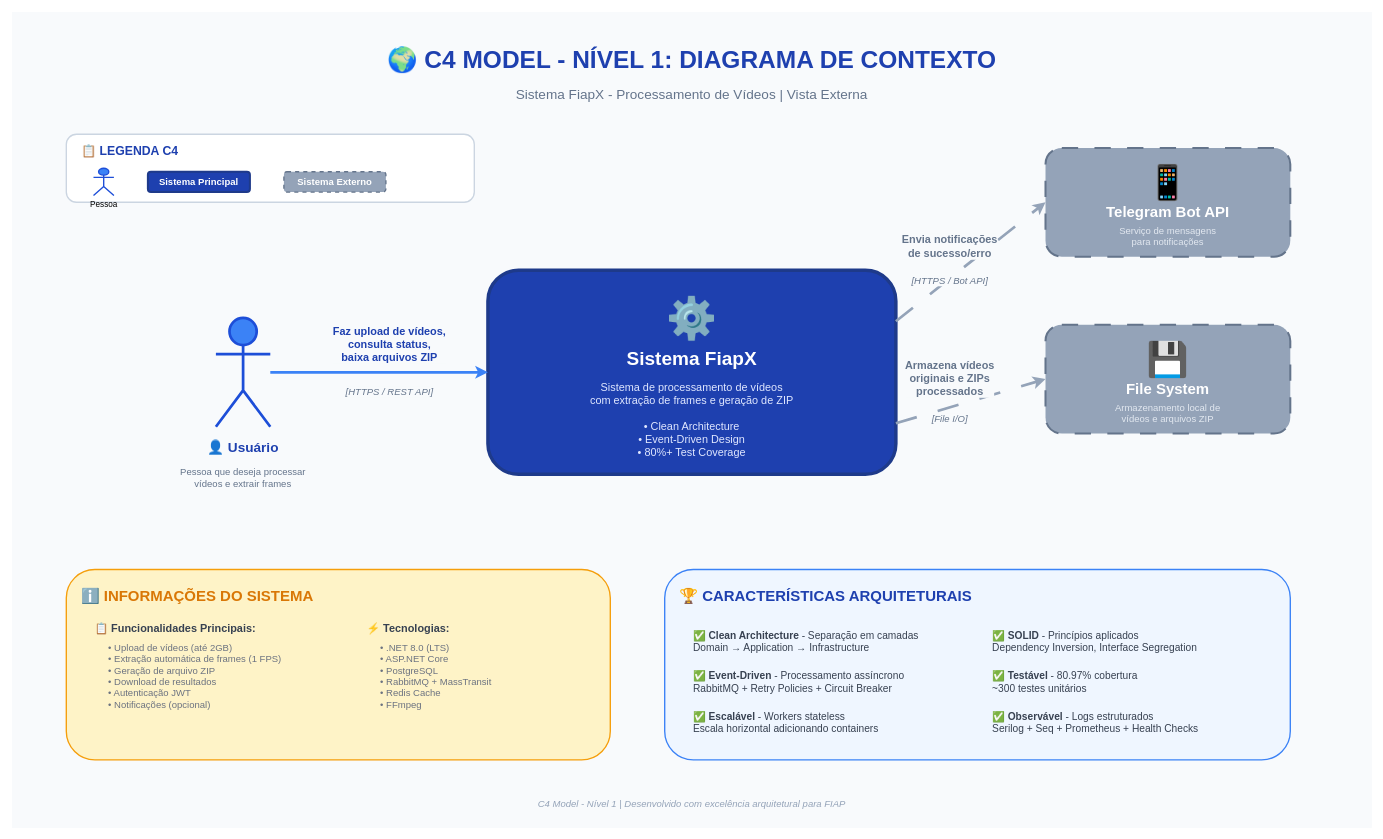
Above: docs/diagrams/02-c4-nivel1-contexto.drawio in PosTechFiap-Entregas/TechChallenge-fase-5-FIAP (draw.io), before the change. Source tidied: cells renumbered, new cells numbered last; positions are measured from the earlier drawing's top-left corner, leaving out a move shared by most shapes. Both pictures are drawn from the tidied source at 68%, with x=0, y=0 at pixel (12, 12).
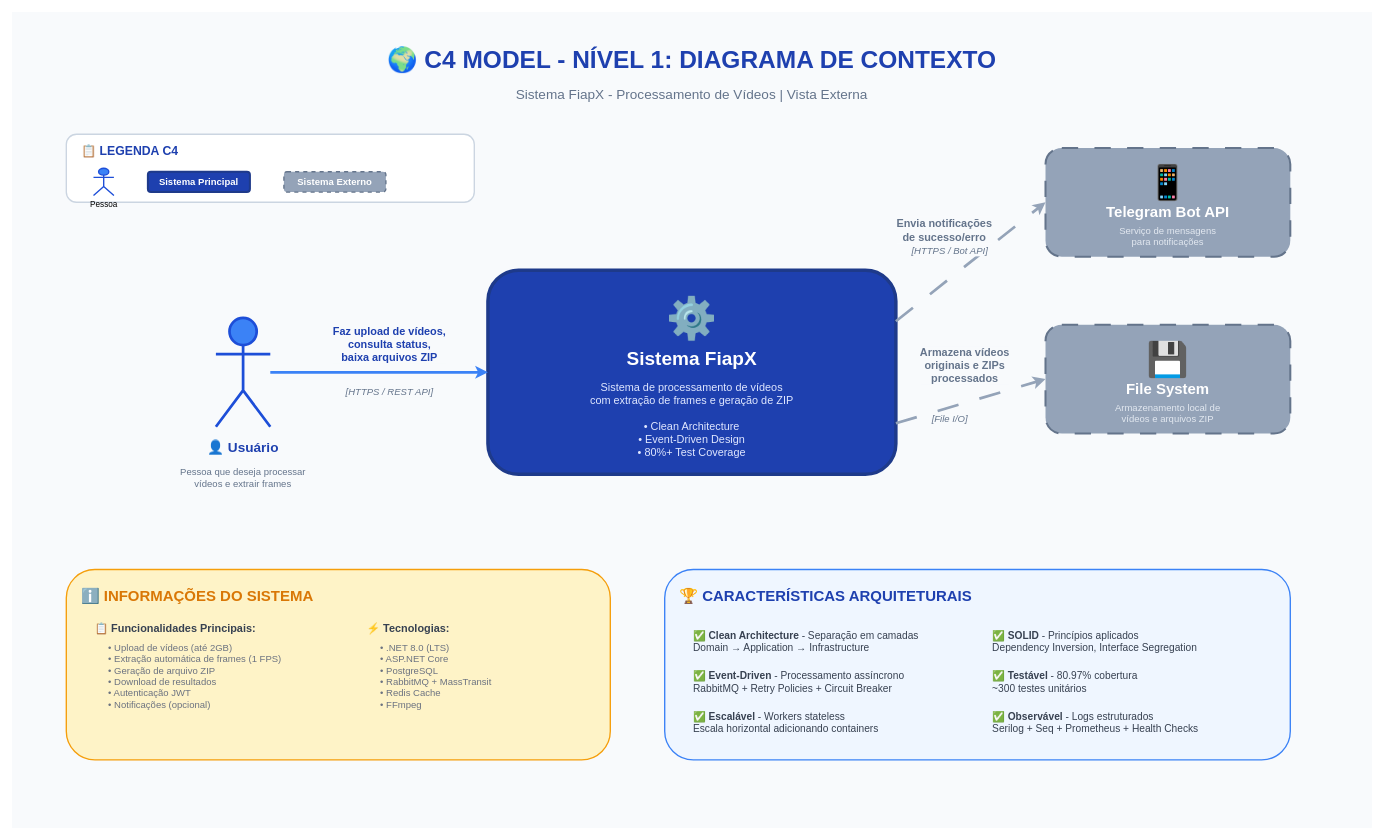
The same diagram, later.

Unchanged cells that the change refers to:
```xml
<mxCell id="28" style="endArrow=classic;html=1;strokeWidth=4;strokeColor=#94a3b8;exitX=1;exitY=0.25;exitDx=0;exitDy=0;entryX=0;entryY=0.5;entryDx=0;entryDy=0;dashed=1;dashPattern=8 8;" parent="1" edge="1" source="13" target="17">
  <mxGeometry relative="1" as="geometry" />
</mxCell>
<mxCell id="31" style="endArrow=classic;html=1;strokeWidth=4;strokeColor=#94a3b8;exitX=1;exitY=0.75;exitDx=0;exitDy=0;entryX=0;entryY=0.5;entryDx=0;entryDy=0;dashed=1;dashPattern=8 8;" parent="1" edge="1" source="13" target="21">
  <mxGeometry relative="1" as="geometry" />
</mxCell>
```

What changed in the source:
```diff
@@
     <mxCell id="29" value="&lt;b&gt;Envia notificações&#10;de sucesso/erro&lt;/b&gt;" style="edgeLabel;html=1;align=center;verticalAlign=middle;fontSize=16;fontColor=#64748b;labelBackgroundColor=#f8fafc;" parent="28" vertex="1">
       <mxGeometry x="-0.1" y="2" relative="1" as="geometry">
-        <mxPoint x="-20" y="-30" as="offset" />
+        <mxPoint x="-28" y="-54" as="offset" />
       </mxGeometry>
     </mxCell>
     <mxCell id="30" value="[HTTPS / Bot API]" style="edgeLabel;html=1;align=center;verticalAlign=middle;fontSize=14;fontColor=#64748b;labelBackgroundColor=#f8fafc;fontStyle=2;" parent="28" vertex="1">
       <mxGeometry x="-0.1" y="2" relative="1" as="geometry">
-        <mxPoint x="-20" y="20" as="offset" />
+        <mxPoint x="-20" y="-24" as="offset" />
       </mxGeometry>
     </mxCell>
@@
     <mxCell id="32" value="&lt;b&gt;Armazena vídeos&#10;originais e ZIPs&#10;processados&lt;/b&gt;" style="edgeLabel;html=1;align=center;verticalAlign=middle;fontSize=16;fontColor=#64748b;labelBackgroundColor=#f8fafc;" parent="31" vertex="1">
       <mxGeometry x="-0.1" y="2" relative="1" as="geometry">
-        <mxPoint x="-20" y="-35" as="offset" />
+        <mxPoint x="2" y="-54" as="offset" />
       </mxGeometry>
     </mxCell>
@@
-    <mxCell id="48" value="C4 Model - Nível 1 | Desenvolvido com excelência arquitetural para FIAP" style="text;html=1;strokeColor=none;fillColor=none;align=center;verticalAlign=middle;whiteSpace=wrap;rounded=0;fontSize=14;fontColor=#94a3b8;fontStyle=2;" parent="1" vertex="1">
-      <mxGeometry x="600" y="1150" width="800" height="30" as="geometry" />
-    </mxCell>
```
